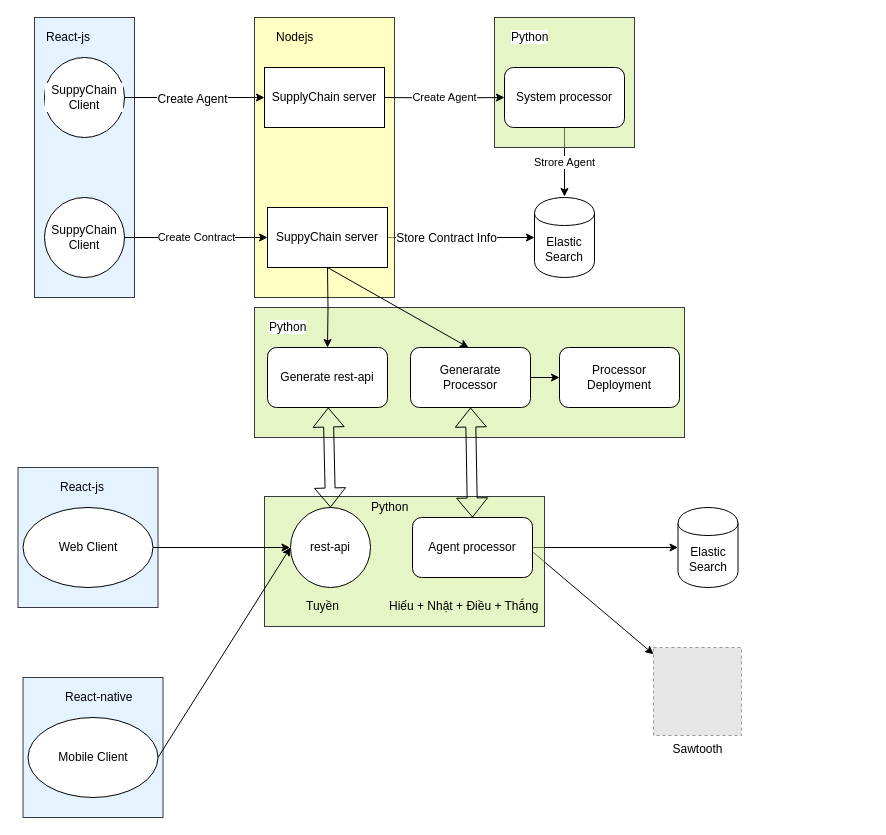
Above: page "Main" (1 of 2) of SupplyChainArchitecture.drawio in NTT-TNN/draw (draw.io), before the change. Source tidied: cells renumbered, new cells numbered last; positions are measured from the earlier drawing's top-left corner, leaving out a move shared by most shapes. Both pictures are drawn from the tidied source at 100%, with x=0, y=0 at pixel (18, 17). Pictures stored in the file or linked from it are replaced by grey dashed boxes.
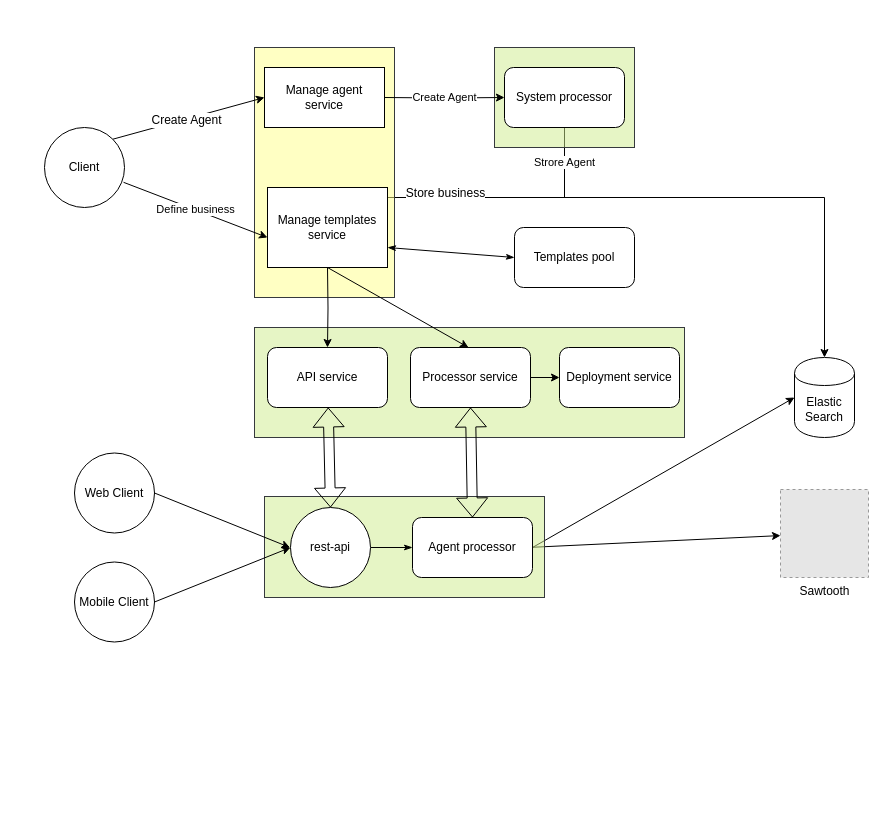
Above is the later version.

Unchanged cells that the change refers to:
```xml
<mxCell id="20" value="System processor" style="rounded=1;whiteSpace=wrap;html=1;" parent="1" vertex="1">
  <mxGeometry x="486" y="50" width="120" height="60" as="geometry" />
</mxCell>
<mxCell id="40" value="Agent processor" style="rounded=1;whiteSpace=wrap;html=1;" parent="1" vertex="1">
  <mxGeometry x="394" y="500" width="120" height="60" as="geometry" />
</mxCell>
<mxCell id="41" value="rest-api" style="ellipse;whiteSpace=wrap;html=1;" parent="1" vertex="1">
  <mxGeometry x="272" y="490" width="80" height="80" as="geometry" />
</mxCell>
```

What changed in the source:
```diff
@@
-    <mxCell id="2" style="edgeStyle=orthogonalEdgeStyle;rounded=0;jettySize=auto;html=1;exitX=1;exitY=0.5;exitDx=0;exitDy=0;entryX=0;entryY=0.5;entryDx=0;entryDy=0;" parent="1" edge="1" source="17" target="3">
-      <mxGeometry relative="1" as="geometry" />
+    <mxCell id="2" style="edgeStyle=orthogonalEdgeStyle;rounded=0;jettySize=auto;html=1;entryX=0.5;entryY=0;entryDx=0;entryDy=0;" parent="1" edge="1" source="17" target="7">
+      <mxGeometry relative="1" as="geometry">
+        <Array as="points">
+          <mxPoint x="806" y="180" />
+        </Array>
+      </mxGeometry>
     </mxCell>
-    <mxCell id="3" value="Elastic Search" style="shape=cylinder;whiteSpace=wrap;html=1;boundedLbl=1;backgroundOutline=1;" parent="1" vertex="1">
-      <mxGeometry x="516" y="180" width="60" height="80" as="geometry" />
-    </mxCell>
+    <mxCell id="52" value="Store business" style="text;html=1;align=center;verticalAlign=middle;labelBackgroundColor=#ffffff;" parent="2" vertex="1">
+      <mxGeometry x="-0.81" y="5" relative="1" as="geometry" />
+    </mxCell>
-    <mxCell id="4" value="Strore Agent" style="edgeStyle=none;rounded=0;jettySize=auto;html=1;exitX=0.5;exitY=1;exitDx=0;exitDy=0;" parent="1" edge="1" source="20">
+    <mxCell id="4" value="Strore Agent" style="edgeStyle=none;rounded=0;jettySize=auto;html=1;exitX=0.5;exitY=1;exitDx=0;exitDy=0;endArrow=none;endFill=0;" parent="1" edge="1" source="20">
       <mxGeometry relative="1" as="geometry">
-        <mxPoint x="546" y="179" as="targetPoint" />
+        <mxPoint x="546" y="180" as="targetPoint" />
       </mxGeometry>
     </mxCell>
@@
     <mxCell id="7" value="Elastic Search" style="shape=cylinder;whiteSpace=wrap;html=1;boundedLbl=1;backgroundOutline=1;" parent="1" vertex="1">
-      <mxGeometry x="659.5" y="490" width="60" height="80" as="geometry" />
+      <mxGeometry x="776" y="340" width="60" height="80" as="geometry" />
     </mxCell>
     <mxCell id="8" value="Sawtooth" style="fillColor=#E6E6E6;strokeColor=#999999;dashed=1;html=1;verticalAlign=top;verticalLabelPosition=bottom;labelBackgroundColor=#ffffff;" parent="1" vertex="1">
-      <mxGeometry x="635" y="630" width="88" height="88" as="geometry" />
+      <mxGeometry x="762" y="472" width="88" height="88" as="geometry" />
     </mxCell>
@@
-    <mxCell id="10" style="rounded=1;whiteSpace=wrap;html=1;labelBackgroundColor=#FFFFFF;arcSize=0;fillOpacity=50;fillColor=#cce5ff;strokeColor=#36393d;" parent="1" vertex="1">
-      <mxGeometry x="16" width="100" height="280" as="geometry" />
-    </mxCell>
     <mxCell id="11" style="rounded=1;whiteSpace=wrap;html=1;labelBackgroundColor=#FFFFFF;arcSize=0;fillOpacity=50;fillColor=#ffff88;strokeColor=#36393d;" parent="1" vertex="1">
-      <mxGeometry x="236" width="140" height="280" as="geometry" />
+      <mxGeometry x="236" y="30" width="140" height="250" as="geometry" />
     </mxCell>
-    <mxCell id="12" value="SupplyChain server" style="rounded=0;whiteSpace=wrap;html=1;labelBackgroundColor=#FFFFFF;fillColor=#FFFFFF;gradientColor=none;" parent="1" vertex="1">
+    <mxCell id="12" value="Manage agent service" style="rounded=0;whiteSpace=wrap;html=1;labelBackgroundColor=#FFFFFF;fillColor=#FFFFFF;gradientColor=none;" parent="1" vertex="1">
       <mxGeometry x="246" y="50" width="120" height="60" as="geometry" />
     </mxCell>
-    <mxCell id="13" style="edgeStyle=orthogonalEdgeStyle;rounded=0;jettySize=auto;html=1;exitX=1;exitY=0.5;exitDx=0;exitDy=0;entryX=0;entryY=0.5;entryDx=0;entryDy=0;" parent="1" edge="1" source="15" target="12">
+    <mxCell id="13" style="rounded=0;jettySize=auto;html=1;exitX=1;exitY=0;exitDx=0;exitDy=0;entryX=0;entryY=0.5;entryDx=0;entryDy=0;" parent="1" edge="1" source="16" target="12">
       <mxGeometry relative="1" as="geometry" />
     </mxCell>
@@
-    <mxCell id="15" value="SuppyChain Client" style="ellipse;whiteSpace=wrap;html=1;labelBackgroundColor=#ffffff;" parent="1" vertex="1">
-      <mxGeometry x="26" y="40" width="80" height="80" as="geometry" />
-    </mxCell>
-    <mxCell id="16" value="SuppyChain&lt;br&gt;Client" style="ellipse;whiteSpace=wrap;html=1;labelBackgroundColor=#ffffff;" parent="1" vertex="1">
-      <mxGeometry x="26" y="180" width="80" height="80" as="geometry" />
+    <mxCell id="16" value="Client" style="ellipse;whiteSpace=wrap;html=1;labelBackgroundColor=#ffffff;" parent="1" vertex="1">
+      <mxGeometry x="26" y="110" width="80" height="80" as="geometry" />
     </mxCell>
+    <mxCell id="53" style="rounded=0;jettySize=auto;html=1;exitX=1;exitY=0.75;exitDx=0;exitDy=0;entryX=0;entryY=0.5;entryDx=0;entryDy=0;endArrow=classicThin;endFill=1;startArrow=classicThin;startFill=1;" parent="1" edge="1" source="17" target="55">
+      <mxGeometry relative="1" as="geometry" />
+    </mxCell>
-    <mxCell id="17" value="SuppyChain&amp;nbsp;server" style="rounded=0;whiteSpace=wrap;html=1;" parent="1" vertex="1">
-      <mxGeometry x="249" y="190" width="120" height="60" as="geometry" />
+    <mxCell id="17" value="Manage templates service" style="rounded=0;whiteSpace=wrap;html=1;" parent="1" vertex="1">
+      <mxGeometry x="249" y="170" width="120" height="80" as="geometry" />
     </mxCell>
-    <mxCell id="18" value="Store Contract Info" style="text;html=1;align=center;verticalAlign=middle;labelBackgroundColor=#ffffff;" parent="1" vertex="1">
-      <mxGeometry x="427.5" y="220" as="geometry" />
-    </mxCell>
     <mxCell id="19" style="rounded=1;whiteSpace=wrap;html=1;labelBackgroundColor=#FFFFFF;arcSize=0;fillOpacity=50;fillColor=#cdeb8b;strokeColor=#36393d;" parent="1" vertex="1">
-      <mxGeometry x="476" width="140" height="130" as="geometry" />
+      <mxGeometry x="476" y="30" width="140" height="100" as="geometry" />
     </mxCell>
@@
-    <mxCell id="21" value="&lt;span style=&quot;background-color: rgb(255 , 255 , 255)&quot;&gt;Python&lt;/span&gt;" style="text;html=1;align=left;verticalAlign=top;spacingTop=-4;" parent="1" vertex="1">
-      <mxGeometry x="491" y="10" width="50" height="20" as="geometry" />
-    </mxCell>
     <mxCell id="22" style="rounded=1;whiteSpace=wrap;html=1;labelBackgroundColor=#FFFFFF;arcSize=0;fillOpacity=50;fillColor=#cdeb8b;strokeColor=#36393d;" parent="1" vertex="1">
-      <mxGeometry x="236" y="290" width="430" height="130" as="geometry" />
+      <mxGeometry x="236" y="310" width="430" height="110" as="geometry" />
     </mxCell>
@@
-    <mxCell id="24" value="Generarate&lt;br&gt;Processor" style="rounded=1;whiteSpace=wrap;html=1;" parent="1" vertex="1">
+    <mxCell id="24" value="Processor service" style="rounded=1;whiteSpace=wrap;html=1;" parent="1" vertex="1">
       <mxGeometry x="392" y="330" width="120" height="60" as="geometry" />
     </mxCell>
-    <mxCell id="25" value="Processor Deployment" style="rounded=1;whiteSpace=wrap;html=1;" parent="1" vertex="1">
+    <mxCell id="25" value="Deployment service" style="rounded=1;whiteSpace=wrap;html=1;" parent="1" vertex="1">
       <mxGeometry x="541" y="330" width="120" height="60" as="geometry" />
     </mxCell>
@@
-    <mxCell id="27" value="Generate rest-api" style="rounded=1;whiteSpace=wrap;html=1;" parent="1" vertex="1">
+    <mxCell id="27" value="API service" style="rounded=1;whiteSpace=wrap;html=1;" parent="1" vertex="1">
       <mxGeometry x="249" y="330" width="120" height="60" as="geometry" />
     </mxCell>
@@
-    <mxCell id="29" value="Create Contract&lt;br&gt;" style="edgeStyle=orthogonalEdgeStyle;rounded=0;orthogonalLoop=1;jettySize=auto;html=1;exitX=1;exitY=0.5;exitDx=0;exitDy=0;entryX=0;entryY=0.5;entryDx=0;entryDy=0;" parent="1" edge="1">
+    <mxCell id="29" value="Define business" style="rounded=0;jettySize=auto;html=1;exitX=0.988;exitY=0.685;exitDx=0;exitDy=0;entryX=0;entryY=0.5;entryDx=0;entryDy=0;exitPerimeter=0;" parent="1" edge="1" source="16">
       <mxGeometry relative="1" as="geometry">
-        <mxPoint x="106" y="220" as="sourcePoint" />
         <mxPoint x="249" y="220" as="targetPoint" />
       </mxGeometry>
     </mxCell>
@@
-    <mxCell id="33" value="&lt;span&gt;Nodejs&lt;/span&gt;" style="text;html=1;align=left;verticalAlign=top;spacingTop=-4;" parent="1" vertex="1">
-      <mxGeometry x="256" y="10" width="50" height="20" as="geometry" />
-    </mxCell>
-    <mxCell id="34" value="&lt;span&gt;React-js&lt;/span&gt;" style="text;html=1;align=left;verticalAlign=top;spacingTop=-4;" parent="1" vertex="1">
-      <mxGeometry x="26" y="10" width="60" height="20" as="geometry" />
-    </mxCell>
-    <mxCell id="35" value="&lt;span style=&quot;background-color: rgb(255 , 255 , 255)&quot;&gt;Python&lt;/span&gt;" style="text;html=1;align=left;verticalAlign=top;spacingTop=-4;" parent="1" vertex="1">
-      <mxGeometry x="249" y="300" width="50" height="20" as="geometry" />
-    </mxCell>
-    <mxCell id="36" style="rounded=1;whiteSpace=wrap;html=1;labelBackgroundColor=#FFFFFF;arcSize=0;fillOpacity=50;fillColor=#cce5ff;strokeColor=#36393d;" parent="1" vertex="1">
-      <mxGeometry x="-0.5" y="450" width="140" height="140" as="geometry" />
-    </mxCell>
     <mxCell id="37" value="Web Client&lt;br&gt;" style="ellipse;whiteSpace=wrap;html=1;" parent="1" vertex="1">
-      <mxGeometry x="4.5" y="490" width="130" height="80" as="geometry" />
+      <mxGeometry x="56" y="435.5" width="80" height="80" as="geometry" />
     </mxCell>
-    <mxCell id="38" value="React-js" style="text;html=1;align=left;verticalAlign=top;spacingTop=-4;" parent="1" vertex="1">
-      <mxGeometry x="39.5" y="460" width="60" height="20" as="geometry" />
-    </mxCell>
     <mxCell id="39" style="rounded=1;whiteSpace=wrap;html=1;labelBackgroundColor=#FFFFFF;arcSize=0;fillOpacity=50;fillColor=#cdeb8b;strokeColor=#36393d;" parent="1" vertex="1">
-      <mxGeometry x="246" y="479" width="280" height="130" as="geometry" />
+      <mxGeometry x="246" y="479" width="280" height="101" as="geometry" />
     </mxCell>
@@
+    <mxCell id="54" style="edgeStyle=orthogonalEdgeStyle;rounded=0;jettySize=auto;html=1;exitX=1;exitY=0.5;exitDx=0;exitDy=0;entryX=0;entryY=0.5;entryDx=0;entryDy=0;endArrow=classicThin;endFill=1;" parent="1" edge="1" source="41" target="40">
+      <mxGeometry relative="1" as="geometry" />
+    </mxCell>
@@
-    <mxCell id="42" value="Python" style="text;html=1;align=left;verticalAlign=top;spacingTop=-4;" parent="1" vertex="1">
-      <mxGeometry x="351" y="480" width="50" height="20" as="geometry" />
-    </mxCell>
-    <mxCell id="43" value="Tuyền" style="text;html=1;align=left;verticalAlign=top;spacingTop=-4;" parent="1" vertex="1">
-      <mxGeometry x="286" y="579" width="50" height="20" as="geometry" />
-    </mxCell>
-    <mxCell id="44" value="Hiếu + Nhật + Điều + Thắng" style="text;html=1;align=left;verticalAlign=top;spacingTop=-4;" parent="1" vertex="1">
-      <mxGeometry x="369" y="579" width="170" height="20" as="geometry" />
-    </mxCell>
@@
-    <mxCell id="47" style="rounded=1;whiteSpace=wrap;html=1;labelBackgroundColor=#FFFFFF;arcSize=0;fillOpacity=50;fillColor=#cce5ff;strokeColor=#36393d;" parent="1" vertex="1">
-      <mxGeometry x="4.5" y="660" width="140" height="140" as="geometry" />
-    </mxCell>
@@
     <mxCell id="49" value="Mobile Client&lt;br&gt;" style="ellipse;whiteSpace=wrap;html=1;" parent="1" vertex="1">
-      <mxGeometry x="9.5" y="700" width="130" height="80" as="geometry" />
+      <mxGeometry x="56" y="544.5" width="80" height="80" as="geometry" />
     </mxCell>
-    <mxCell id="50" value="React-native" style="text;html=1;align=left;verticalAlign=top;spacingTop=-4;" parent="1" vertex="1">
-      <mxGeometry x="44.5" y="670" width="80" height="20" as="geometry" />
-    </mxCell>
-    <mxCell id="51" style="edgeStyle=orthogonalEdgeStyle;rounded=0;orthogonalLoop=1;jettySize=auto;html=1;exitX=1;exitY=0.5;exitDx=0;exitDy=0;entryX=0;entryY=0.5;entryDx=0;entryDy=0;" parent="1" edge="1">
+    <mxCell id="51" style="rounded=0;jettySize=auto;html=1;exitX=1;exitY=0.5;exitDx=0;exitDy=0;entryX=0;entryY=0.5;entryDx=0;entryDy=0;" parent="1" edge="1" source="37">
       <mxGeometry relative="1" as="geometry">
-        <mxPoint x="134.5" y="530" as="sourcePoint" />
         <mxPoint x="271.5" y="530" as="targetPoint" />
       </mxGeometry>
     </mxCell>
+    <mxCell id="55" value="Templates pool" style="rounded=1;whiteSpace=wrap;html=1;" parent="1" vertex="1">
+      <mxGeometry x="496" y="210" width="120" height="60" as="geometry" />
+    </mxCell>
+    <mxCell id="56" style="edgeStyle=none;rounded=0;orthogonalLoop=1;jettySize=auto;html=1;exitX=0;exitY=0.5;exitDx=0;exitDy=0;startArrow=classicThin;startFill=1;endArrow=classicThin;endFill=1;" parent="1" edge="1">
+      <mxGeometry relative="1" as="geometry">
+        <mxPoint x="26" y="80" as="sourcePoint" />
+        <mxPoint x="26" y="80" as="targetPoint" />
+      </mxGeometry>
+    </mxCell>
```
